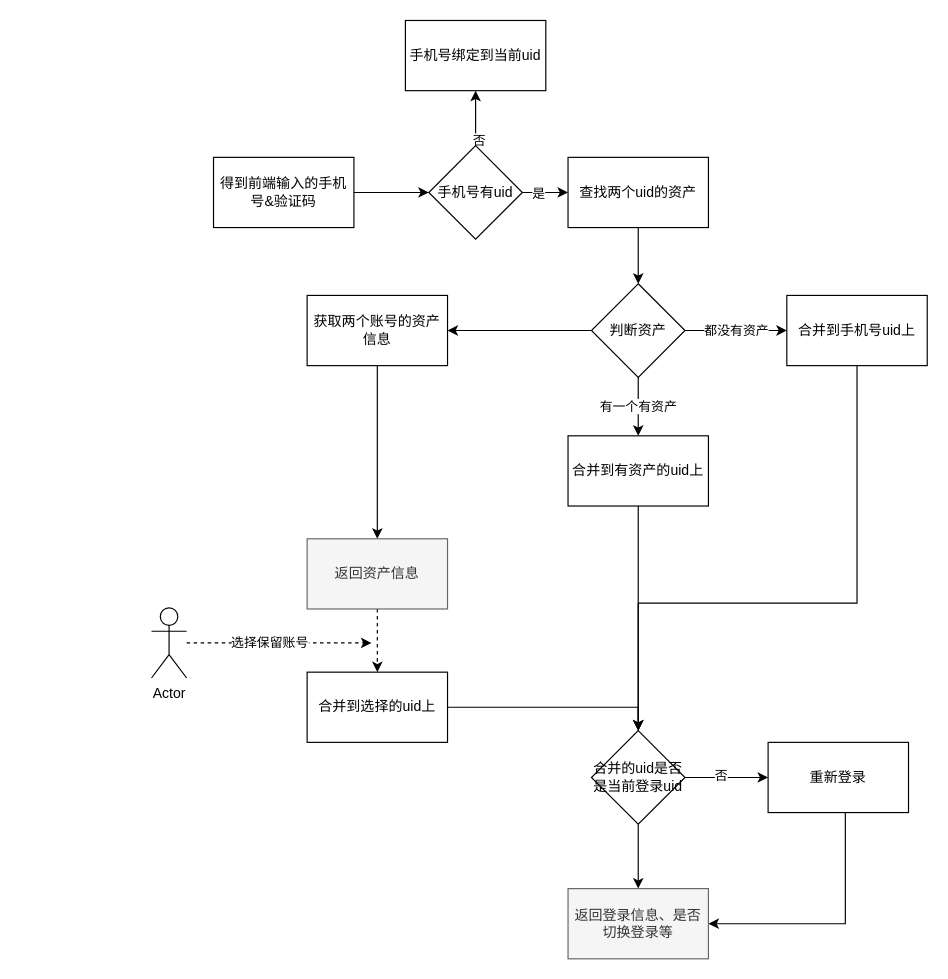
Above: page "账号合并-微信登录态绑定手机" (7 of 9) of test.drawio in joeytang/imgs (draw.io), before the change. Source tidied: cells renumbered, new cells numbered last; positions are measured from the earlier drawing's top-left corner, leaving out a move shared by most shapes. Both pictures are drawn from the tidied source at 117%, with x=0, y=0 at pixel (151, 20).
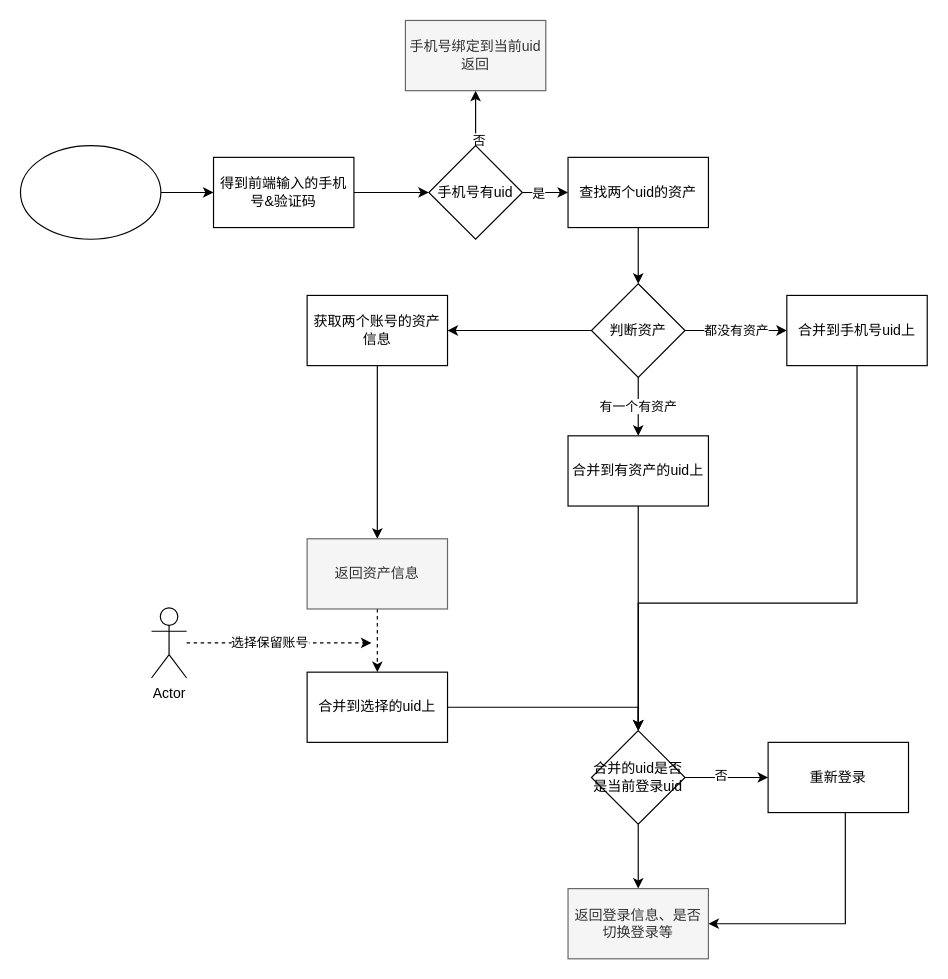
Above is the later version.

Unchanged cells that the change refers to:
```xml
<mxCell id="3" value="得到前端输入的手机号&amp;amp;验证码" style="rounded=0;whiteSpace=wrap;html=1;align=center;" parent="1" vertex="1">
  <mxGeometry x="53" y="117" width="120" height="60" as="geometry" />
</mxCell>
```

The edit, as a diff of the source:
```diff
@@
-    <mxCell id="11" value="手机号绑定到当前uid" style="rounded=0;whiteSpace=wrap;html=1;align=center;" parent="1" vertex="1">
+    <mxCell id="11" value="手机号绑定到当前uid&lt;br&gt;返回" style="rounded=0;whiteSpace=wrap;html=1;align=center;fillColor=#f5f5f5;strokeColor=#666666;fontColor=#333333;" parent="1" vertex="1">
       <mxGeometry x="217" width="120" height="60" as="geometry" />
     </mxCell>
@@
+    <mxCell id="36" style="edgeStyle=orthogonalEdgeStyle;rounded=0;jettySize=auto;html=1;" parent="1" edge="1" source="37" target="3">
+      <mxGeometry relative="1" as="geometry" />
+    </mxCell>
+    <mxCell id="37" style="ellipse;whiteSpace=wrap;html=1;align=center;" parent="1" vertex="1">
+      <mxGeometry x="-112" y="107" width="120" height="80" as="geometry" />
+    </mxCell>
```
